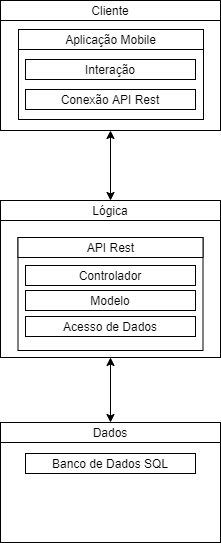
This is Wiki/Images/visao_geral.png from ES2-UFPI/QuizMania, a draw.io export, as it was before one commit. Source tidied: cells renumbered, new cells last; positions are measured from the earlier drawing's top-left corner, leaving out a move shared by most shapes. Source of this version:
```xml
<mxGraphModel>
  <root>
    <mxCell id="0" />
    <mxCell id="1" parent="0" />
    <mxCell id="2" style="rounded=0;whiteSpace=wrap;html=1;" parent="1" vertex="1">
      <mxGeometry width="220" height="130" as="geometry" />
    </mxCell>
    <mxCell id="3" style="rounded=0;whiteSpace=wrap;html=1;" parent="1" vertex="1">
      <mxGeometry x="18" y="29" width="185" height="90" as="geometry" />
    </mxCell>
    <mxCell id="4" value="Cliente" style="rounded=0;whiteSpace=wrap;html=1;" parent="1" vertex="1">
      <mxGeometry width="220" height="20" as="geometry" />
    </mxCell>
    <mxCell id="5" style="rounded=0;whiteSpace=wrap;html=1;" parent="1" vertex="1">
      <mxGeometry y="217" width="220" height="140" as="geometry" />
    </mxCell>
    <mxCell id="6" value="Lógica" style="rounded=0;whiteSpace=wrap;html=1;" parent="1" vertex="1">
      <mxGeometry y="200" width="220" height="20" as="geometry" />
    </mxCell>
    <mxCell id="7" style="rounded=0;whiteSpace=wrap;html=1;" parent="1" vertex="1">
      <mxGeometry y="422" width="220" height="120" as="geometry" />
    </mxCell>
    <mxCell id="8" value="Dados" style="rounded=0;whiteSpace=wrap;html=1;" parent="1" vertex="1">
      <mxGeometry y="422" width="220" height="20" as="geometry" />
    </mxCell>
    <mxCell id="9" value="Banco de Dados SQL" style="rounded=0;whiteSpace=wrap;html=1;" parent="1" vertex="1">
      <mxGeometry x="25" y="453" width="170" height="20" as="geometry" />
    </mxCell>
    <mxCell id="10" style="endArrow=classic;startArrow=classic;html=1;entryX=0.5;entryY=1;entryDx=0;entryDy=0;" parent="1" edge="1" target="2">
      <mxGeometry relative="1" as="geometry">
        <mxPoint x="110" y="200" as="sourcePoint" />
      </mxGeometry>
    </mxCell>
    <mxCell id="11" value="Interação" style="rounded=0;whiteSpace=wrap;html=1;" parent="1" vertex="1">
      <mxGeometry x="25" y="59" width="170" height="20" as="geometry" />
    </mxCell>
    <mxCell id="12" value="Conexão API Rest" style="rounded=0;whiteSpace=wrap;html=1;" parent="1" vertex="1">
      <mxGeometry x="25" y="89" width="170" height="20" as="geometry" />
    </mxCell>
    <mxCell id="13" value="Aplicação Mobile" style="rounded=0;whiteSpace=wrap;html=1;" parent="1" vertex="1">
      <mxGeometry x="18" y="29" width="185" height="20" as="geometry" />
    </mxCell>
    <mxCell id="14" style="rounded=0;whiteSpace=wrap;html=1;" parent="1" vertex="1">
      <mxGeometry x="17.5" y="237" width="185" height="113" as="geometry" />
    </mxCell>
    <mxCell id="15" value="API Rest" style="rounded=0;whiteSpace=wrap;html=1;" parent="1" vertex="1">
      <mxGeometry x="17.5" y="237" width="185" height="20" as="geometry" />
    </mxCell>
    <mxCell id="16" value="Controlador" style="rounded=0;whiteSpace=wrap;html=1;" parent="1" vertex="1">
      <mxGeometry x="25" y="265" width="170" height="20" as="geometry" />
    </mxCell>
    <mxCell id="17" value="Modelo" style="rounded=0;whiteSpace=wrap;html=1;" parent="1" vertex="1">
      <mxGeometry x="25" y="290" width="170" height="20" as="geometry" />
    </mxCell>
    <mxCell id="18" value="Acesso de Dados" style="rounded=0;whiteSpace=wrap;html=1;" parent="1" vertex="1">
      <mxGeometry x="25" y="316" width="170" height="20" as="geometry" />
    </mxCell>
    <mxCell id="19" style="endArrow=classic;startArrow=classic;html=1;entryX=0.5;entryY=1;entryDx=0;entryDy=0;" parent="1" edge="1" target="5">
      <mxGeometry relative="1" as="geometry">
        <mxPoint x="110" y="422" as="sourcePoint" />
      </mxGeometry>
    </mxCell>
  </root>
</mxGraphModel>
```
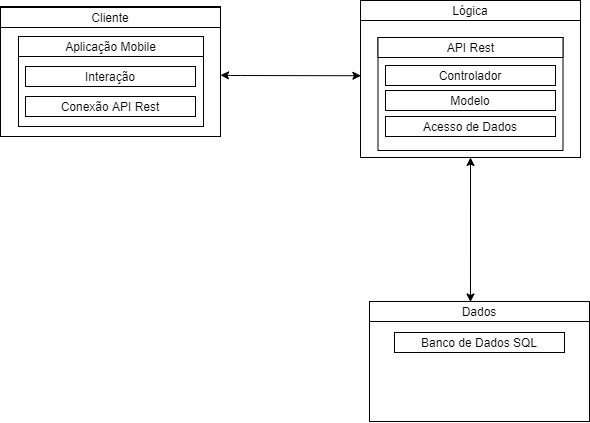
Later version of the same file.

What changed in the source:
```diff
@@ -3,62 +3,62 @@
     <mxCell id="0" />
     <mxCell id="1" parent="0" />
     <mxCell id="2" style="rounded=0;whiteSpace=wrap;html=1;" parent="1" vertex="1">
-      <mxGeometry width="220" height="130" as="geometry" />
+      <mxGeometry y="55" width="220" height="130" as="geometry" />
     </mxCell>
     <mxCell id="3" style="rounded=0;whiteSpace=wrap;html=1;" parent="1" vertex="1">
-      <mxGeometry x="18" y="29" width="185" height="90" as="geometry" />
+      <mxGeometry x="18" y="85" width="185" height="90" as="geometry" />
     </mxCell>
     <mxCell id="4" value="Cliente" style="rounded=0;whiteSpace=wrap;html=1;" parent="1" vertex="1">
-      <mxGeometry width="220" height="20" as="geometry" />
+      <mxGeometry y="56" width="220" height="20" as="geometry" />
     </mxCell>
     <mxCell id="5" style="rounded=0;whiteSpace=wrap;html=1;" parent="1" vertex="1">
-      <mxGeometry y="217" width="220" height="140" as="geometry" />
+      <mxGeometry x="360" y="66" width="220" height="140" as="geometry" />
     </mxCell>
     <mxCell id="6" value="Lógica" style="rounded=0;whiteSpace=wrap;html=1;" parent="1" vertex="1">
-      <mxGeometry y="200" width="220" height="20" as="geometry" />
+      <mxGeometry x="360" y="49" width="220" height="20" as="geometry" />
     </mxCell>
     <mxCell id="7" style="rounded=0;whiteSpace=wrap;html=1;" parent="1" vertex="1">
-      <mxGeometry y="422" width="220" height="120" as="geometry" />
+      <mxGeometry x="369" y="350" width="220" height="120" as="geometry" />
     </mxCell>
     <mxCell id="8" value="Dados" style="rounded=0;whiteSpace=wrap;html=1;" parent="1" vertex="1">
-      <mxGeometry y="422" width="220" height="20" as="geometry" />
+      <mxGeometry x="369" y="350" width="220" height="20" as="geometry" />
     </mxCell>
     <mxCell id="9" value="Banco de Dados SQL" style="rounded=0;whiteSpace=wrap;html=1;" parent="1" vertex="1">
-      <mxGeometry x="25" y="453" width="170" height="20" as="geometry" />
+      <mxGeometry x="394" y="381" width="170" height="20" as="geometry" />
     </mxCell>
-    <mxCell id="10" style="endArrow=classic;startArrow=classic;html=1;entryX=0.5;entryY=1;entryDx=0;entryDy=0;" parent="1" edge="1" target="2">
-      <mxGeometry relative="1" as="geometry">
-        <mxPoint x="110" y="200" as="sourcePoint" />
-      </mxGeometry>
-    </mxCell>
     <mxCell id="11" value="Interação" style="rounded=0;whiteSpace=wrap;html=1;" parent="1" vertex="1">
-      <mxGeometry x="25" y="59" width="170" height="20" as="geometry" />
+      <mxGeometry x="25" y="115" width="170" height="20" as="geometry" />
     </mxCell>
     <mxCell id="12" value="Conexão API Rest" style="rounded=0;whiteSpace=wrap;html=1;" parent="1" vertex="1">
-      <mxGeometry x="25" y="89" width="170" height="20" as="geometry" />
+      <mxGeometry x="25" y="145" width="170" height="20" as="geometry" />
     </mxCell>
     <mxCell id="13" value="Aplicação Mobile" style="rounded=0;whiteSpace=wrap;html=1;" parent="1" vertex="1">
-      <mxGeometry x="18" y="29" width="185" height="20" as="geometry" />
+      <mxGeometry x="18" y="85" width="185" height="20" as="geometry" />
     </mxCell>
     <mxCell id="14" style="rounded=0;whiteSpace=wrap;html=1;" parent="1" vertex="1">
-      <mxGeometry x="17.5" y="237" width="185" height="113" as="geometry" />
+      <mxGeometry x="377.5" y="86" width="185" height="113" as="geometry" />
     </mxCell>
     <mxCell id="15" value="API Rest" style="rounded=0;whiteSpace=wrap;html=1;" parent="1" vertex="1">
-      <mxGeometry x="17.5" y="237" width="185" height="20" as="geometry" />
+      <mxGeometry x="377.5" y="86" width="185" height="20" as="geometry" />
     </mxCell>
     <mxCell id="16" value="Controlador" style="rounded=0;whiteSpace=wrap;html=1;" parent="1" vertex="1">
-      <mxGeometry x="25" y="265" width="170" height="20" as="geometry" />
+      <mxGeometry x="385" y="114" width="170" height="20" as="geometry" />
     </mxCell>
     <mxCell id="17" value="Modelo" style="rounded=0;whiteSpace=wrap;html=1;" parent="1" vertex="1">
-      <mxGeometry x="25" y="290" width="170" height="20" as="geometry" />
+      <mxGeometry x="385" y="139" width="170" height="20" as="geometry" />
     </mxCell>
     <mxCell id="18" value="Acesso de Dados" style="rounded=0;whiteSpace=wrap;html=1;" parent="1" vertex="1">
-      <mxGeometry x="25" y="316" width="170" height="20" as="geometry" />
+      <mxGeometry x="385" y="165" width="170" height="20" as="geometry" />
     </mxCell>
-    <mxCell id="19" style="endArrow=classic;startArrow=classic;html=1;entryX=0.5;entryY=1;entryDx=0;entryDy=0;" parent="1" edge="1" target="5">
-      <mxGeometry relative="1" as="geometry">
-        <mxPoint x="110" y="422" as="sourcePoint" />
-      </mxGeometry>
+    <mxCell id="19" style="endArrow=classic;startArrow=classic;html=1;entryX=0.5;entryY=1;entryDx=0;entryDy=0;exitX=0.459;exitY=0.025;exitDx=0;exitDy=0;exitPerimeter=0;" parent="1" edge="1" source="8" target="5">
+      <mxGeometry relative="1" as="geometry" />
     </mxCell>
+    <mxCell id="20" style="endArrow=classic;startArrow=classic;html=1;entryX=0.002;entryY=0.416;entryDx=0;entryDy=0;entryPerimeter=0;" parent="1" edge="1" source="2" target="5">
+      <mxGeometry relative="1" as="geometry">
+        <Array as="points">
+          <mxPoint x="230" y="124" />
+        </Array>
+      </mxGeometry>
+    </mxCell>
   </root>
 </mxGraphModel>
```
